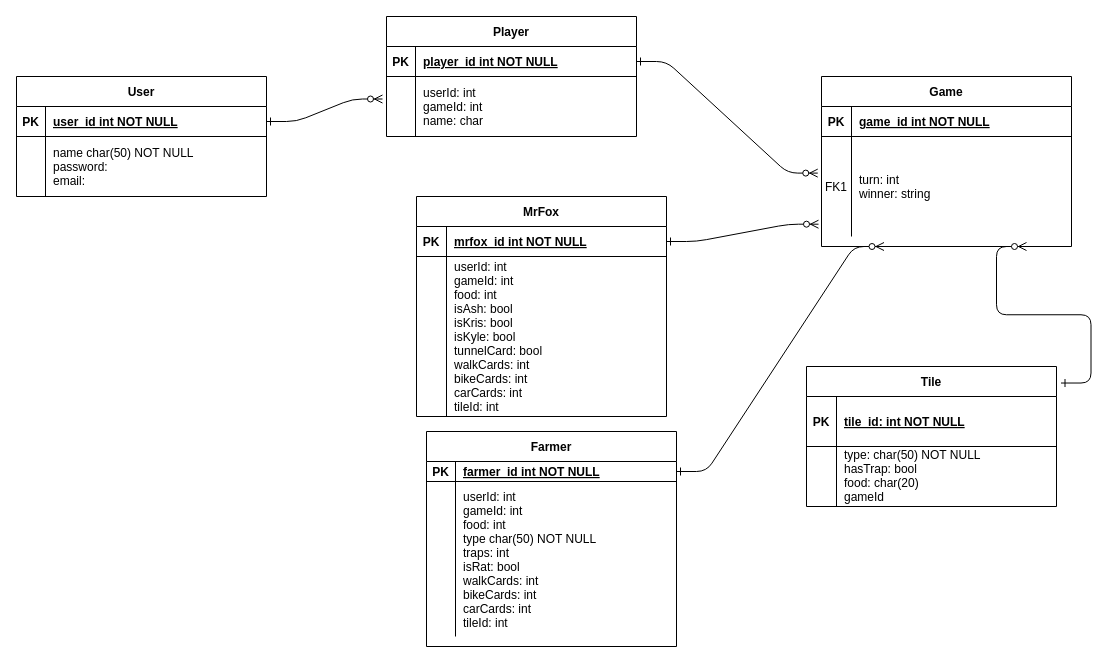
Above: Untitled Diagram.drawio in sebaterrazas/ERdiagram (draw.io), before the change. Source tidied: cells renumbered, new cells numbered last; positions are measured from the earlier drawing's top-left corner, leaving out a move shared by most shapes. Both pictures are drawn from the tidied source at 100%, with x=0, y=0 at pixel (16, 16).
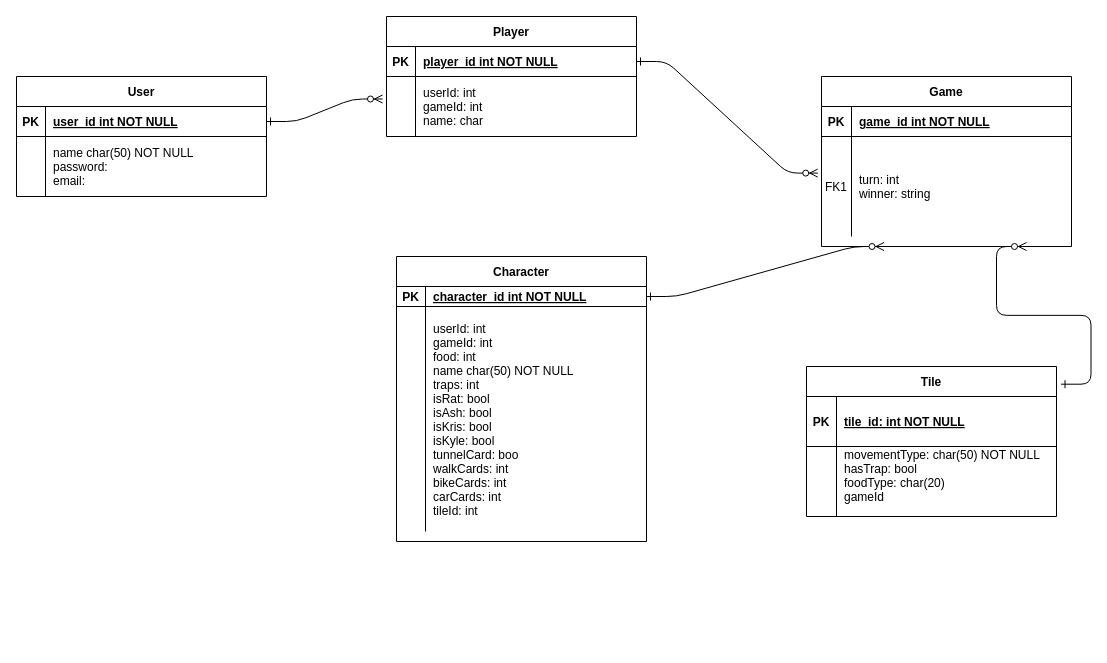
The same page after the edit.

Unchanged cells that the change refers to:
```xml
<mxCell id="7" style="shape=partialRectangle;fillColor=none;points=[[0,0.5],[1,0.5]];portConstraint=eastwest;top=0;left=0;right=0;bottom=0;" parent="3" vertex="1">
  <mxGeometry y="60" width="250" height="100" as="geometry" />
</mxCell>
<mxCell id="18" style="shape=partialRectangle;fillColor=none;points=[[0,0.5],[1,0.5]];portConstraint=eastwest;top=0;left=0;right=0;bottom=1;" parent="17" vertex="1">
  <mxGeometry y="30" width="250" height="20" as="geometry" />
</mxCell>
```

What changed in the source:
```diff
@@
-    <mxCell id="2" style="edgeStyle=entityRelationEdgeStyle;endArrow=ERzeroToMany;startArrow=ERone;endFill=1;startFill=0;entryX=-0.012;entryY=0.877;entryDx=0;entryDy=0;entryPerimeter=0;" parent="1" edge="1" source="11" target="7">
-      <mxGeometry relative="1" as="geometry" />
-    </mxCell>
@@
-    <mxCell id="10" value="MrFox" style="shape=table;startSize=30;childLayout=tableLayout;rowLines=0;fontStyle=1;align=center;" parent="1" vertex="1">
-      <mxGeometry x="400" y="180" width="250" height="220" as="geometry" />
-    </mxCell>
-    <mxCell id="11" style="shape=partialRectangle;fillColor=none;points=[[0,0.5],[1,0.5]];portConstraint=eastwest;top=0;left=0;right=0;bottom=1;" parent="10" vertex="1">
-      <mxGeometry y="30" width="250" height="30" as="geometry" />
-    </mxCell>
-    <mxCell id="12" value="PK" style="shape=partialRectangle;overflow=hidden;fillColor=none;top=0;left=0;bottom=0;right=0;fontStyle=1;" parent="11" vertex="1">
-      <mxGeometry width="30" height="30" as="geometry" />
-    </mxCell>
-    <mxCell id="13" value="mrfox_id int NOT NULL " style="shape=partialRectangle;overflow=hidden;fillColor=none;top=0;left=0;bottom=0;right=0;align=left;spacingLeft=6;fontStyle=5;" parent="11" vertex="1">
-      <mxGeometry x="30" width="220" height="30" as="geometry" />
-    </mxCell>
-    <mxCell id="14" style="shape=partialRectangle;fillColor=none;top=0;left=0;right=0;bottom=0;" parent="10" vertex="1">
-      <mxGeometry y="60" width="250" height="160" as="geometry" />
-    </mxCell>
-    <mxCell id="15" style="shape=partialRectangle;overflow=hidden;fillColor=none;top=0;left=0;bottom=0;right=0;" parent="14" vertex="1">
-      <mxGeometry width="30" height="160" as="geometry" />
-    </mxCell>
-    <mxCell id="16" value="userId: int&#10;gameId: int&#10;food: int&#10;isAsh: bool&#10;isKris: bool&#10;isKyle: bool&#10;tunnelCard: bool&#10;walkCards: int&#10;bikeCards: int&#10;carCards: int&#10;tileId: int" style="shape=partialRectangle;overflow=hidden;fillColor=none;top=0;left=0;bottom=0;right=0;align=left;spacingLeft=6;" parent="14" vertex="1">
-      <mxGeometry x="30" width="220" height="160" as="geometry" />
-    </mxCell>
-    <mxCell id="17" value="Farmer" style="shape=table;startSize=30;childLayout=tableLayout;rowLines=0;fontStyle=1;align=center;" parent="1" vertex="1">
-      <mxGeometry x="410" y="415" width="250" height="215" as="geometry" />
+    <mxCell id="17" value="Character" style="shape=table;startSize=30;childLayout=tableLayout;rowLines=0;fontStyle=1;align=center;" parent="1" vertex="1">
+      <mxGeometry x="380" y="240" width="250" height="285" as="geometry" />
     </mxCell>
@@
-    <mxCell id="20" value="farmer_id int NOT NULL " style="shape=partialRectangle;overflow=hidden;fillColor=none;top=0;left=0;bottom=0;right=0;align=left;spacingLeft=6;fontStyle=5;" parent="18" vertex="1">
+    <mxCell id="20" value="character_id int NOT NULL " style="shape=partialRectangle;overflow=hidden;fillColor=none;top=0;left=0;bottom=0;right=0;align=left;spacingLeft=6;fontStyle=5;" parent="18" vertex="1">
       <mxGeometry x="29" width="221" height="20" as="geometry" />
     </mxCell>
     <mxCell id="21" style="shape=partialRectangle;fillColor=none;top=0;left=0;right=0;bottom=0;" parent="17" vertex="1">
-      <mxGeometry y="50" width="250" height="155" as="geometry" />
+      <mxGeometry y="50" width="250" height="225" as="geometry" />
     </mxCell>
     <mxCell id="22" style="shape=partialRectangle;overflow=hidden;fillColor=none;top=0;left=0;bottom=0;right=0;" parent="21" vertex="1">
-      <mxGeometry width="29" height="155" as="geometry" />
+      <mxGeometry width="29" height="225" as="geometry" />
     </mxCell>
-    <mxCell id="23" value="userId: int&#10;gameId: int&#10;food: int&#10;type char(50) NOT NULL&#10;traps: int&#10;isRat: bool&#10;walkCards: int&#10;bikeCards: int&#10;carCards: int&#10;tileId: int" style="shape=partialRectangle;overflow=hidden;fillColor=none;top=0;left=0;bottom=0;right=0;align=left;spacingLeft=6;" parent="21" vertex="1">
-      <mxGeometry x="29" width="221" height="155" as="geometry" />
+    <mxCell id="23" value="userId: int&#10;gameId: int&#10;food: int&#10;name char(50) NOT NULL&#10;traps: int&#10;isRat: bool&#10;isAsh: bool&#10;isKris: bool&#10;isKyle: bool&#10;tunnelCard: boo&#10;walkCards: int&#10;bikeCards: int&#10;carCards: int&#10;tileId: int" style="shape=partialRectangle;overflow=hidden;fillColor=none;top=0;left=0;bottom=0;right=0;align=left;spacingLeft=6;" parent="21" vertex="1">
+      <mxGeometry x="29" width="221" height="225" as="geometry" />
     </mxCell>
@@
     <mxCell id="26" value="Tile" style="shape=table;startSize=30;childLayout=tableLayout;rowLines=0;fontStyle=1;align=center;" parent="1" vertex="1">
-      <mxGeometry x="790" y="350" width="250" height="140" as="geometry" />
+      <mxGeometry x="790" y="350" width="250" height="150" as="geometry" />
     </mxCell>
@@
     <mxCell id="30" style="shape=partialRectangle;fillColor=none;top=0;left=0;right=0;bottom=0;" parent="26" vertex="1">
-      <mxGeometry y="80" width="250" height="60" as="geometry" />
+      <mxGeometry y="80" width="250" height="70" as="geometry" />
     </mxCell>
     <mxCell id="31" style="shape=partialRectangle;overflow=hidden;fillColor=none;top=0;left=0;bottom=0;right=0;" parent="30" vertex="1">
-      <mxGeometry width="30" height="60" as="geometry" />
+      <mxGeometry width="30" height="70" as="geometry" />
     </mxCell>
-    <mxCell id="32" value="type: char(50) NOT NULL&#10;hasTrap: bool&#10;food: char(20)&#10;gameId&#10;" style="shape=partialRectangle;overflow=hidden;fillColor=none;top=0;left=0;bottom=0;right=0;align=left;spacingLeft=6;" parent="30" vertex="1">
-      <mxGeometry x="30" width="220" height="60" as="geometry" />
+    <mxCell id="32" value="movementType: char(50) NOT NULL&#10;hasTrap: bool&#10;foodType: char(20)&#10;gameId&#10;" style="shape=partialRectangle;overflow=hidden;fillColor=none;top=0;left=0;bottom=0;right=0;align=left;spacingLeft=6;" parent="30" vertex="1">
+      <mxGeometry x="30" width="220" height="70" as="geometry" />
     </mxCell>
```
